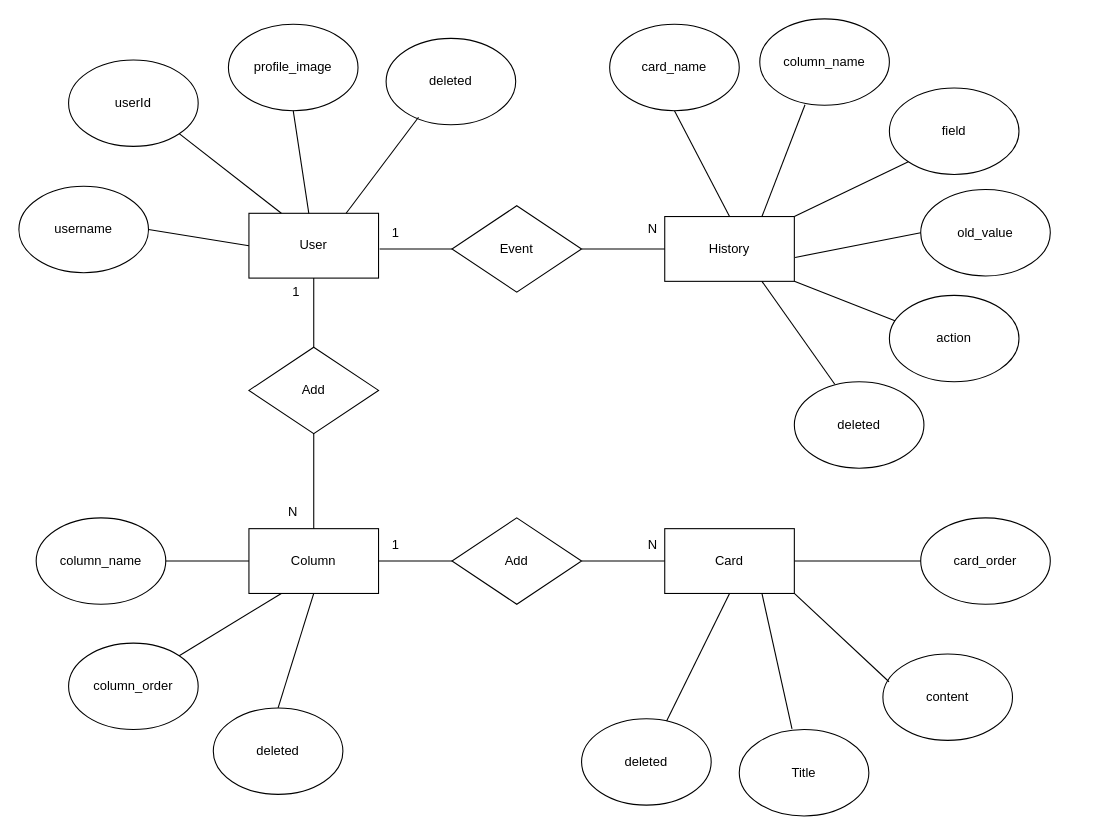
The draw.io diagram page "ER-diagram" (1 of 2) of backend/diagram.drawio in codesquad-members-2022/todo-list, before the edit. Source tidied: cells renumbered, new cells numbered last; positions are measured from the earlier drawing's top-left corner, leaving out a move shared by most shapes. Both pictures are drawn from the tidied source at 108%, with x=0, y=0 at pixel (18, 18).
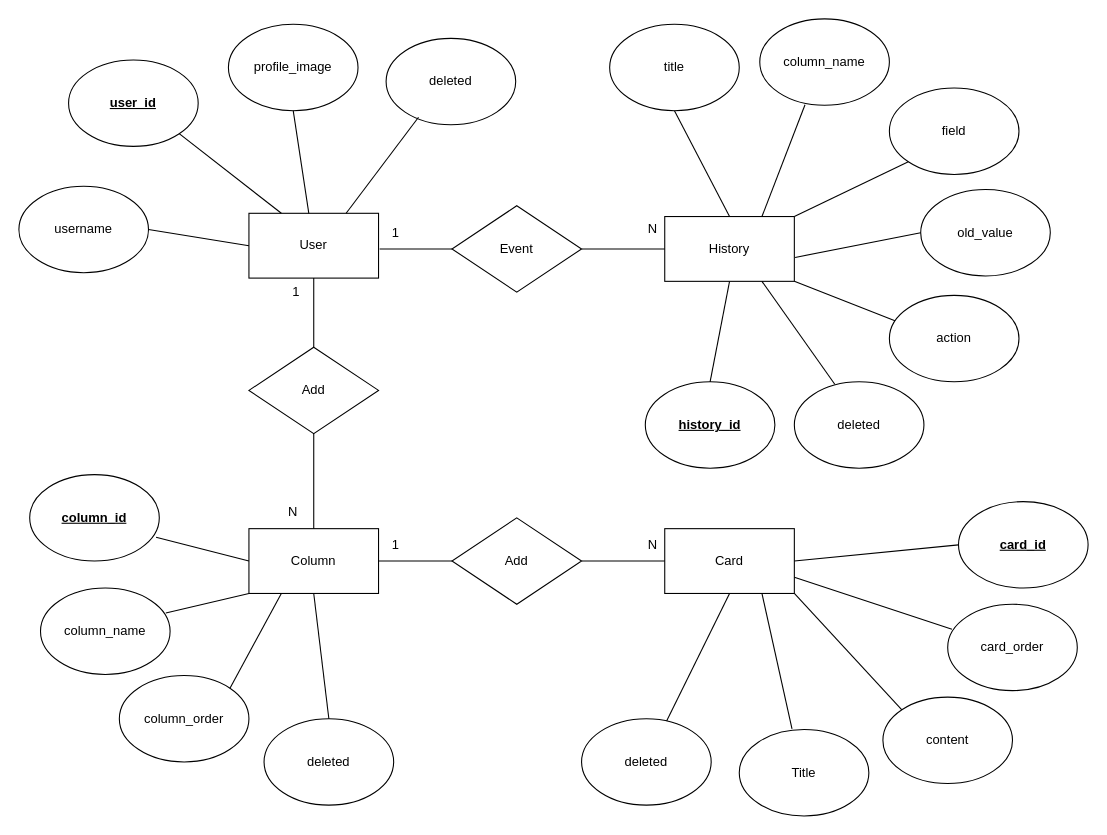
After the change.

Unchanged cells that the change refers to:
```xml
<mxCell id="3" value="Card" style="rounded=0;whiteSpace=wrap;html=1;" parent="1" vertex="1">
  <mxGeometry x="598" y="472" width="120" height="60" as="geometry" />
</mxCell>
<mxCell id="4" value="Column" style="rounded=0;whiteSpace=wrap;html=1;" parent="1" vertex="1">
  <mxGeometry x="213" y="472" width="120" height="60" as="geometry" />
</mxCell>
<mxCell id="10" value="History" style="rounded=0;whiteSpace=wrap;html=1;" parent="1" vertex="1">
  <mxGeometry x="598" y="183" width="120" height="60" as="geometry" />
</mxCell>
```

Diff of the diagram source:
```diff
@@
-    <mxCell id="11" value="card_name" style="ellipse;whiteSpace=wrap;html=1;" parent="1" vertex="1">
+    <mxCell id="11" value="title" style="ellipse;whiteSpace=wrap;html=1;" parent="1" vertex="1">
       <mxGeometry x="547" y="5" width="120" height="80" as="geometry" />
     </mxCell>
@@
     <mxCell id="23" value="content" style="ellipse;whiteSpace=wrap;html=1;" parent="1" vertex="1">
-      <mxGeometry x="800" y="588" width="120" height="80" as="geometry" />
+      <mxGeometry x="800" y="628" width="120" height="80" as="geometry" />
     </mxCell>
@@
-    <mxCell id="25" style="endArrow=none;html=1;rounded=0;entryX=1;entryY=1;entryDx=0;entryDy=0;exitX=0.047;exitY=0.322;exitDx=0;exitDy=0;exitPerimeter=0;" parent="1" edge="1" source="23" target="3">
+    <mxCell id="25" style="endArrow=none;html=1;rounded=0;entryX=1;entryY=1;entryDx=0;entryDy=0;exitX=0;exitY=0;exitDx=0;exitDy=0;" parent="1" edge="1" source="23" target="3">
       <mxGeometry relative="1" as="geometry" />
     </mxCell>
@@
-    <mxCell id="30" value="userId" style="ellipse;whiteSpace=wrap;html=1;" parent="1" vertex="1">
+    <mxCell id="30" value="&lt;u&gt;&lt;b&gt;user_id&lt;/b&gt;&lt;/u&gt;" style="ellipse;whiteSpace=wrap;html=1;" parent="1" vertex="1">
       <mxGeometry x="46" y="38" width="120" height="80" as="geometry" />
     </mxCell>
@@
     <mxCell id="38" value="column_name" style="ellipse;whiteSpace=wrap;html=1;" parent="1" vertex="1">
-      <mxGeometry x="16" y="462" width="120" height="80" as="geometry" />
+      <mxGeometry x="20" y="527" width="120" height="80" as="geometry" />
     </mxCell>
-    <mxCell id="39" style="endArrow=none;html=1;rounded=0;entryX=0;entryY=0.5;entryDx=0;entryDy=0;exitX=1;exitY=0.5;exitDx=0;exitDy=0;" parent="1" edge="1" source="38" target="4">
+    <mxCell id="39" style="endArrow=none;html=1;rounded=0;exitX=0.967;exitY=0.288;exitDx=0;exitDy=0;exitPerimeter=0;entryX=0;entryY=1;entryDx=0;entryDy=0;" parent="1" edge="1" source="38" target="4">
       <mxGeometry relative="1" as="geometry" />
     </mxCell>
     <mxCell id="40" value="column_order" style="ellipse;whiteSpace=wrap;html=1;" parent="1" vertex="1">
-      <mxGeometry x="46" y="578" width="120" height="80" as="geometry" />
+      <mxGeometry x="93" y="608" width="120" height="80" as="geometry" />
     </mxCell>
     <mxCell id="41" value="card_order" style="ellipse;whiteSpace=wrap;html=1;" parent="1" vertex="1">
-      <mxGeometry x="835" y="462" width="120" height="80" as="geometry" />
+      <mxGeometry x="860" y="542" width="120" height="80" as="geometry" />
     </mxCell>
-    <mxCell id="42" style="endArrow=none;html=1;rounded=0;entryX=0;entryY=0.5;entryDx=0;entryDy=0;exitX=1;exitY=0.5;exitDx=0;exitDy=0;" parent="1" edge="1" source="3" target="41">
+    <mxCell id="42" style="endArrow=none;html=1;rounded=0;entryX=0.033;entryY=0.288;entryDx=0;entryDy=0;exitX=1;exitY=0.75;exitDx=0;exitDy=0;entryPerimeter=0;" parent="1" edge="1" source="3" target="41">
       <mxGeometry relative="1" as="geometry" />
     </mxCell>
@@
     <mxCell id="53" value="deleted" style="ellipse;whiteSpace=wrap;html=1;" parent="1" vertex="1">
-      <mxGeometry x="180" y="638" width="120" height="80" as="geometry" />
+      <mxGeometry x="227" y="648" width="120" height="80" as="geometry" />
     </mxCell>
@@
+    <mxCell id="55" value="&lt;u&gt;&lt;b&gt;history_id&lt;/b&gt;&lt;/u&gt;" style="ellipse;whiteSpace=wrap;html=1;" parent="1" vertex="1">
+      <mxGeometry x="580" y="336" width="120" height="80" as="geometry" />
+    </mxCell>
+    <mxCell id="56" style="endArrow=none;html=1;rounded=0;entryX=0.5;entryY=1;entryDx=0;entryDy=0;exitX=0.5;exitY=0;exitDx=0;exitDy=0;" parent="1" edge="1" source="55" target="10">
+      <mxGeometry relative="1" as="geometry" />
+    </mxCell>
+    <mxCell id="57" style="endArrow=none;html=1;rounded=0;exitX=1;exitY=0.5;exitDx=0;exitDy=0;entryX=0;entryY=0.5;entryDx=0;entryDy=0;" parent="1" edge="1" source="3" target="58">
+      <mxGeometry relative="1" as="geometry" />
+    </mxCell>
+    <mxCell id="58" value="&lt;u&gt;&lt;b&gt;card_id&lt;/b&gt;&lt;/u&gt;" style="ellipse;whiteSpace=wrap;html=1;" parent="1" vertex="1">
+      <mxGeometry x="870" y="447" width="120" height="80" as="geometry" />
+    </mxCell>
+    <mxCell id="59" value="&lt;u&gt;&lt;b&gt;column_id&lt;/b&gt;&lt;/u&gt;" style="ellipse;whiteSpace=wrap;html=1;" parent="1" vertex="1">
+      <mxGeometry x="10" y="422" width="120" height="80" as="geometry" />
+    </mxCell>
+    <mxCell id="60" style="endArrow=none;html=1;rounded=0;exitX=0.975;exitY=0.725;exitDx=0;exitDy=0;exitPerimeter=0;entryX=0;entryY=0.5;entryDx=0;entryDy=0;" parent="1" edge="1" source="59" target="4">
+      <mxGeometry relative="1" as="geometry" />
+    </mxCell>
```
